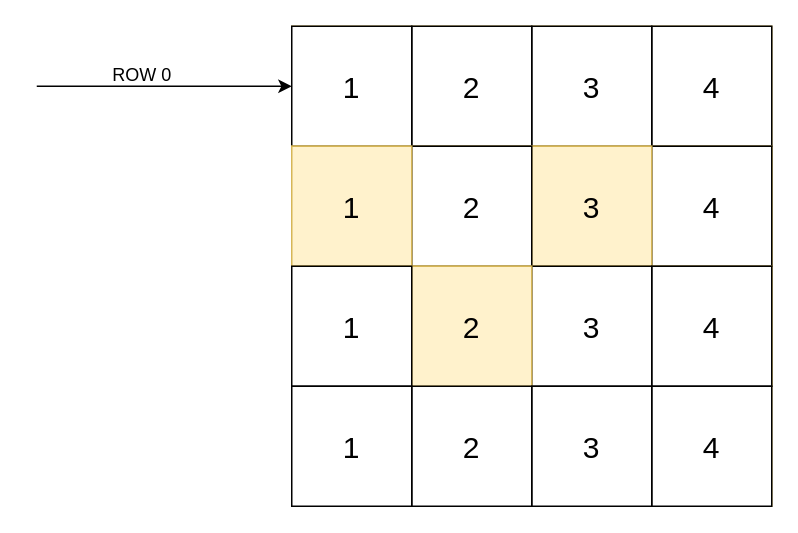
lcyan/algo keeps this draw.io diagram as assets/回溯-N皇后.drawio. Above is the earlier version. Source tidied: cells renumbered, new cells numbered last; positions are measured from the earlier drawing's top-left corner, leaving out a move shared by most shapes. Both pictures are drawn from the tidied source at 150%, with x=0, y=0 at pixel (36, 26).
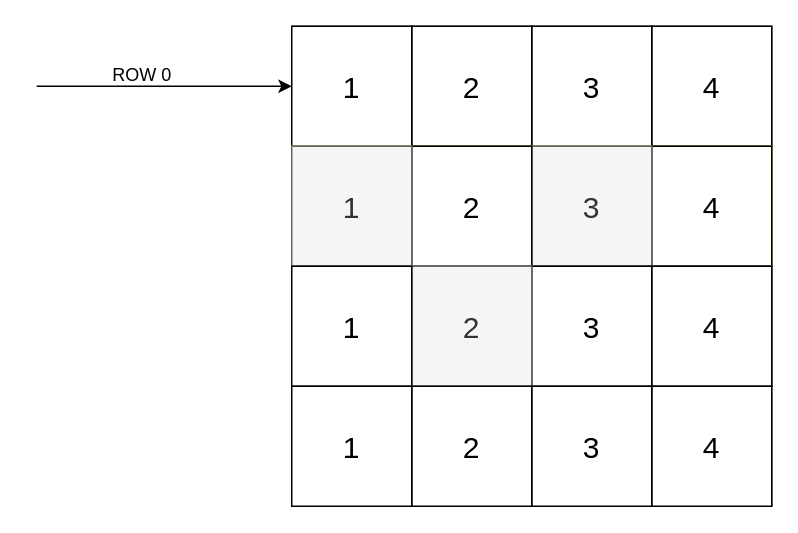
After the change.

Unchanged cells that the change refers to:
```xml
<mxCell id="8" style="group;fontSize=20;fillColor=#fff2cc;strokeColor=#d6b656;" parent="2" vertex="1">
  <mxGeometry y="80" width="320" height="80" as="geometry" />
</mxCell>
```

Diff of the diagram source:
```diff
@@
-    <mxCell id="2" style="group;fontSize=20;fillColor=#fff2cc;strokeColor=#d6b656;" parent="1" vertex="1">
+    <mxCell id="2" style="group;fontSize=20;fillColor=#f5f5f5;strokeColor=#666666;fontColor=#333333;" parent="1" vertex="1">
       <mxGeometry x="170" width="320" height="320" as="geometry" />
     </mxCell>
@@
-    <mxCell id="10" value="3" style="whiteSpace=wrap;html=1;fontSize=20;fillColor=#fff2cc;strokeColor=#d6b656;" parent="8" vertex="1">
+    <mxCell id="10" value="3" style="whiteSpace=wrap;html=1;fontSize=20;fillColor=#f5f5f5;strokeColor=#666666;fontColor=#333333;" parent="8" vertex="1">
       <mxGeometry x="160" width="80" height="80" as="geometry" />
     </mxCell>
@@
-    <mxCell id="12" value="1" style="whiteSpace=wrap;html=1;fontSize=20;fillColor=#fff2cc;strokeColor=#d6b656;" parent="8" vertex="1">
+    <mxCell id="12" value="1" style="whiteSpace=wrap;html=1;fontSize=20;fillColor=#f5f5f5;strokeColor=#666666;fontColor=#333333;" parent="8" vertex="1">
       <mxGeometry width="80" height="80" as="geometry" />
     </mxCell>
-    <mxCell id="13" style="group;fontSize=20;fillColor=#fff2cc;strokeColor=#d6b656;" parent="2" vertex="1">
+    <mxCell id="13" style="group;fontSize=20;fillColor=#f5f5f5;strokeColor=#666666;fontColor=#333333;" parent="2" vertex="1">
       <mxGeometry y="160" width="320" height="80" as="geometry" />
     </mxCell>
@@
-    <mxCell id="16" value="2" style="whiteSpace=wrap;html=1;fontSize=20;fillColor=#fff2cc;strokeColor=#d6b656;" parent="13" vertex="1">
+    <mxCell id="16" value="2" style="whiteSpace=wrap;html=1;fontSize=20;fillColor=#f5f5f5;strokeColor=#666666;fontColor=#333333;" parent="13" vertex="1">
       <mxGeometry x="80" width="80" height="80" as="geometry" />
     </mxCell>
```
